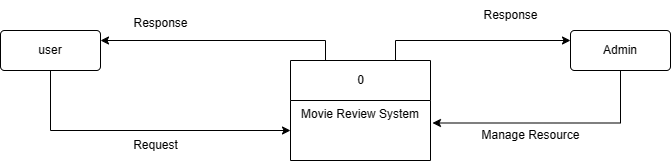
This is level0.png from thapasubham/movie-review, a draw.io export, as it was before one commit. Source tidied: cells renumbered, new cells last; positions are measured from the earlier drawing's top-left corner, leaving out a move shared by most shapes. The source it was exported from:
```xml
<mxGraphModel>
  <root>
    <mxCell id="0" />
    <mxCell id="1" parent="0" />
    <mxCell id="2" style="edgeStyle=orthogonalEdgeStyle;rounded=0;jettySize=auto;html=1;exitX=0.25;exitY=0;exitDx=0;exitDy=0;entryX=1;entryY=0.25;entryDx=0;entryDy=0;" parent="1" edge="1" source="4" target="7">
      <mxGeometry relative="1" as="geometry" />
    </mxCell>
    <mxCell id="3" style="edgeStyle=orthogonalEdgeStyle;rounded=0;jettySize=auto;html=1;exitX=0.75;exitY=0;exitDx=0;exitDy=0;entryX=0;entryY=0.25;entryDx=0;entryDy=0;" parent="1" edge="1" source="4" target="8">
      <mxGeometry relative="1" as="geometry" />
    </mxCell>
    <mxCell id="4" value="0" style="swimlane;fontStyle=0;horizontal=1;startSize=40;fillColor=none;html=1;" parent="1" vertex="1">
      <mxGeometry x="290" y="60" width="140" height="100" as="geometry" />
    </mxCell>
    <mxCell id="5" value="Movie Review System" style="text;strokeColor=none;fillColor=none;align=center;verticalAlign=top;spacingLeft=4;spacingRight=4;overflow=hidden;points=[[0,0.5],[1,0.5]];portConstraint=eastwest;whiteSpace=wrap;html=1;" parent="4" vertex="1">
      <mxGeometry y="40" width="140" height="60" as="geometry" />
    </mxCell>
    <mxCell id="6" style="edgeStyle=orthogonalEdgeStyle;rounded=0;jettySize=auto;html=1;exitX=0.5;exitY=1;exitDx=0;exitDy=0;entryX=0;entryY=0.5;entryDx=0;entryDy=0;" parent="1" edge="1" source="7" target="5">
      <mxGeometry relative="1" as="geometry" />
    </mxCell>
    <mxCell id="7" value="user" style="rounded=1;arcSize=10;whiteSpace=wrap;html=1;align=center;" parent="1" vertex="1">
      <mxGeometry y="30" width="100" height="40" as="geometry" />
    </mxCell>
    <mxCell id="8" value="Admin" style="rounded=1;arcSize=10;whiteSpace=wrap;html=1;align=center;" parent="1" vertex="1">
      <mxGeometry x="570" y="30" width="100" height="40" as="geometry" />
    </mxCell>
    <mxCell id="9" style="edgeStyle=orthogonalEdgeStyle;rounded=0;jettySize=auto;html=1;exitX=0.5;exitY=1;exitDx=0;exitDy=0;entryX=1.014;entryY=0.375;entryDx=0;entryDy=0;entryPerimeter=0;" parent="1" edge="1" source="8" target="5">
      <mxGeometry relative="1" as="geometry" />
    </mxCell>
    <mxCell id="10" value="Response" style="text;html=1;align=center;verticalAlign=middle;strokeColor=none;fillColor=none;" parent="1" vertex="1">
      <mxGeometry x="120" y="8" width="80" height="30" as="geometry" />
    </mxCell>
    <mxCell id="11" value="Response" style="text;html=1;align=center;verticalAlign=middle;strokeColor=none;fillColor=none;" parent="1" vertex="1">
      <mxGeometry x="470" width="80" height="30" as="geometry" />
    </mxCell>
    <mxCell id="12" value="Manage Resource" style="text;html=1;align=center;verticalAlign=middle;strokeColor=none;fillColor=none;" parent="1" vertex="1">
      <mxGeometry x="470" y="120" width="120" height="30" as="geometry" />
    </mxCell>
    <mxCell id="13" value="Request" style="text;html=1;align=center;verticalAlign=middle;strokeColor=none;fillColor=none;" parent="1" vertex="1">
      <mxGeometry x="120" y="130" width="70" height="30" as="geometry" />
    </mxCell>
  </root>
</mxGraphModel>
```
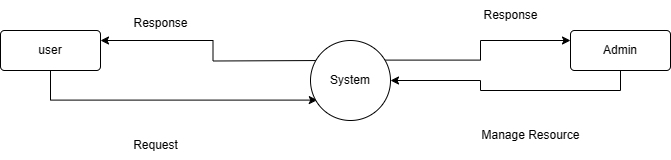
Above is the later version.

Change to the diagram source:
```diff
@@ -2,19 +2,15 @@
   <root>
     <mxCell id="0" />
     <mxCell id="1" parent="0" />
-    <mxCell id="2" style="edgeStyle=orthogonalEdgeStyle;rounded=0;jettySize=auto;html=1;exitX=0.25;exitY=0;exitDx=0;exitDy=0;entryX=1;entryY=0.25;entryDx=0;entryDy=0;" parent="1" edge="1" source="4" target="7">
-      <mxGeometry relative="1" as="geometry" />
+    <mxCell id="2" style="edgeStyle=orthogonalEdgeStyle;rounded=0;jettySize=auto;html=1;exitX=0.25;exitY=0;exitDx=0;exitDy=0;entryX=1;entryY=0.25;entryDx=0;entryDy=0;" parent="1" edge="1" target="7">
+      <mxGeometry relative="1" as="geometry">
+        <mxPoint x="325" y="60" as="sourcePoint" />
+      </mxGeometry>
     </mxCell>
-    <mxCell id="3" style="edgeStyle=orthogonalEdgeStyle;rounded=0;jettySize=auto;html=1;exitX=0.75;exitY=0;exitDx=0;exitDy=0;entryX=0;entryY=0.25;entryDx=0;entryDy=0;" parent="1" edge="1" source="4" target="8">
+    <mxCell id="3" style="edgeStyle=orthogonalEdgeStyle;rounded=0;jettySize=auto;html=1;exitX=0.915;exitY=0.245;exitDx=0;exitDy=0;entryX=0;entryY=0.25;entryDx=0;entryDy=0;exitPerimeter=0;" parent="1" edge="1" source="14" target="8">
       <mxGeometry relative="1" as="geometry" />
     </mxCell>
-    <mxCell id="4" value="0" style="swimlane;fontStyle=0;horizontal=1;startSize=40;fillColor=none;html=1;" parent="1" vertex="1">
-      <mxGeometry x="290" y="60" width="140" height="100" as="geometry" />
-    </mxCell>
-    <mxCell id="5" value="Movie Review System" style="text;strokeColor=none;fillColor=none;align=center;verticalAlign=top;spacingLeft=4;spacingRight=4;overflow=hidden;points=[[0,0.5],[1,0.5]];portConstraint=eastwest;whiteSpace=wrap;html=1;" parent="4" vertex="1">
-      <mxGeometry y="40" width="140" height="60" as="geometry" />
-    </mxCell>
-    <mxCell id="6" style="edgeStyle=orthogonalEdgeStyle;rounded=0;jettySize=auto;html=1;exitX=0.5;exitY=1;exitDx=0;exitDy=0;entryX=0;entryY=0.5;entryDx=0;entryDy=0;" parent="1" edge="1" source="7" target="5">
+    <mxCell id="6" style="edgeStyle=orthogonalEdgeStyle;rounded=0;jettySize=auto;html=1;exitX=0.5;exitY=1;exitDx=0;exitDy=0;entryX=0.085;entryY=0.745;entryDx=0;entryDy=0;entryPerimeter=0;" parent="1" edge="1" source="7" target="14">
       <mxGeometry relative="1" as="geometry" />
     </mxCell>
     <mxCell id="7" value="user" style="rounded=1;arcSize=10;whiteSpace=wrap;html=1;align=center;" parent="1" vertex="1">
@@ -23,7 +19,7 @@
     <mxCell id="8" value="Admin" style="rounded=1;arcSize=10;whiteSpace=wrap;html=1;align=center;" parent="1" vertex="1">
       <mxGeometry x="570" y="30" width="100" height="40" as="geometry" />
     </mxCell>
-    <mxCell id="9" style="edgeStyle=orthogonalEdgeStyle;rounded=0;jettySize=auto;html=1;exitX=0.5;exitY=1;exitDx=0;exitDy=0;entryX=1.014;entryY=0.375;entryDx=0;entryDy=0;entryPerimeter=0;" parent="1" edge="1" source="8" target="5">
+    <mxCell id="9" style="edgeStyle=orthogonalEdgeStyle;rounded=0;jettySize=auto;html=1;exitX=0.5;exitY=1;exitDx=0;exitDy=0;" parent="1" edge="1" source="8" target="14">
       <mxGeometry relative="1" as="geometry" />
     </mxCell>
     <mxCell id="10" value="Response" style="text;html=1;align=center;verticalAlign=middle;strokeColor=none;fillColor=none;" parent="1" vertex="1">
@@ -38,5 +34,8 @@
     <mxCell id="13" value="Request" style="text;html=1;align=center;verticalAlign=middle;strokeColor=none;fillColor=none;" parent="1" vertex="1">
       <mxGeometry x="120" y="130" width="70" height="30" as="geometry" />
     </mxCell>
+    <mxCell id="14" value="System" style="ellipse;whiteSpace=wrap;html=1;" parent="1" vertex="1">
+      <mxGeometry x="310" y="40" width="80" height="80" as="geometry" />
+    </mxCell>
   </root>
 </mxGraphModel>
```
